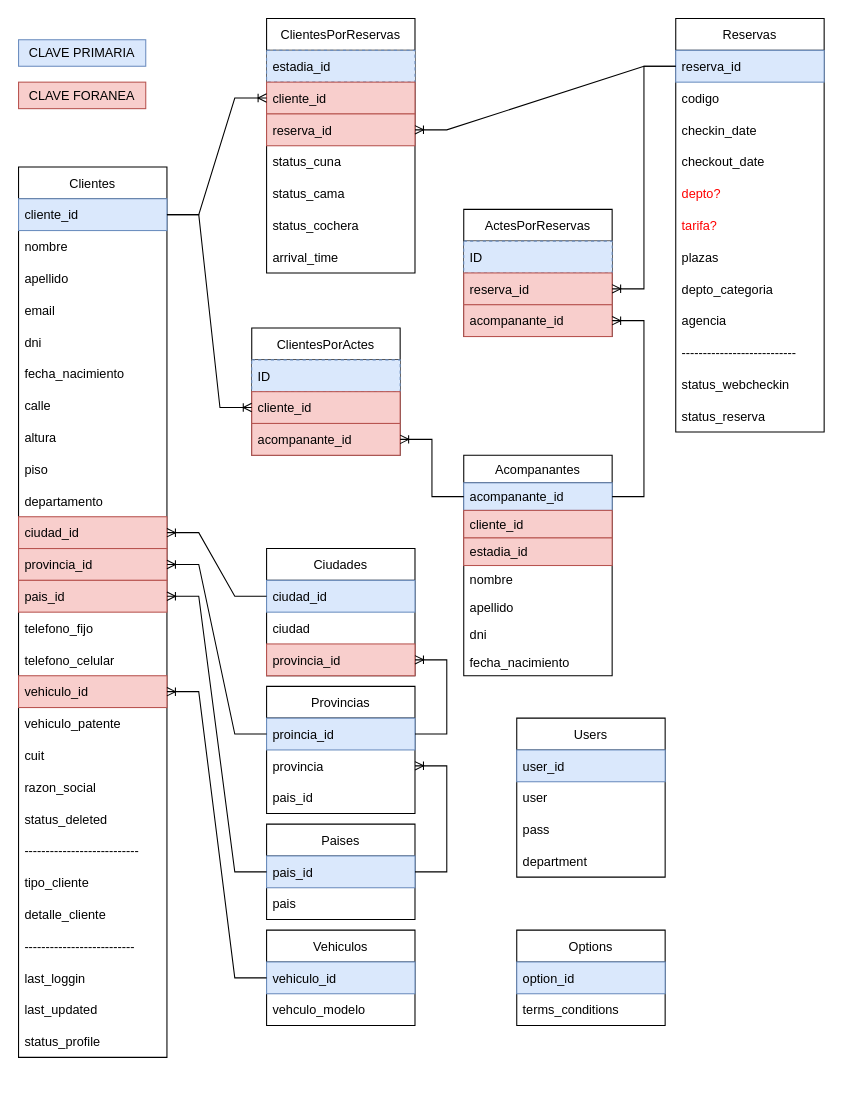
The draw.io diagram page "DB" (1 of 5) of web-checkin/hotel-web-checkin.drawio in danielo101/db-diagrams, before the edit. Source tidied: cells renumbered, new cells numbered last; positions are measured from the earlier drawing's top-left corner, leaving out a move shared by most shapes. Both pictures are drawn from the tidied source at 106%, with x=0, y=0 at pixel (18, 18).
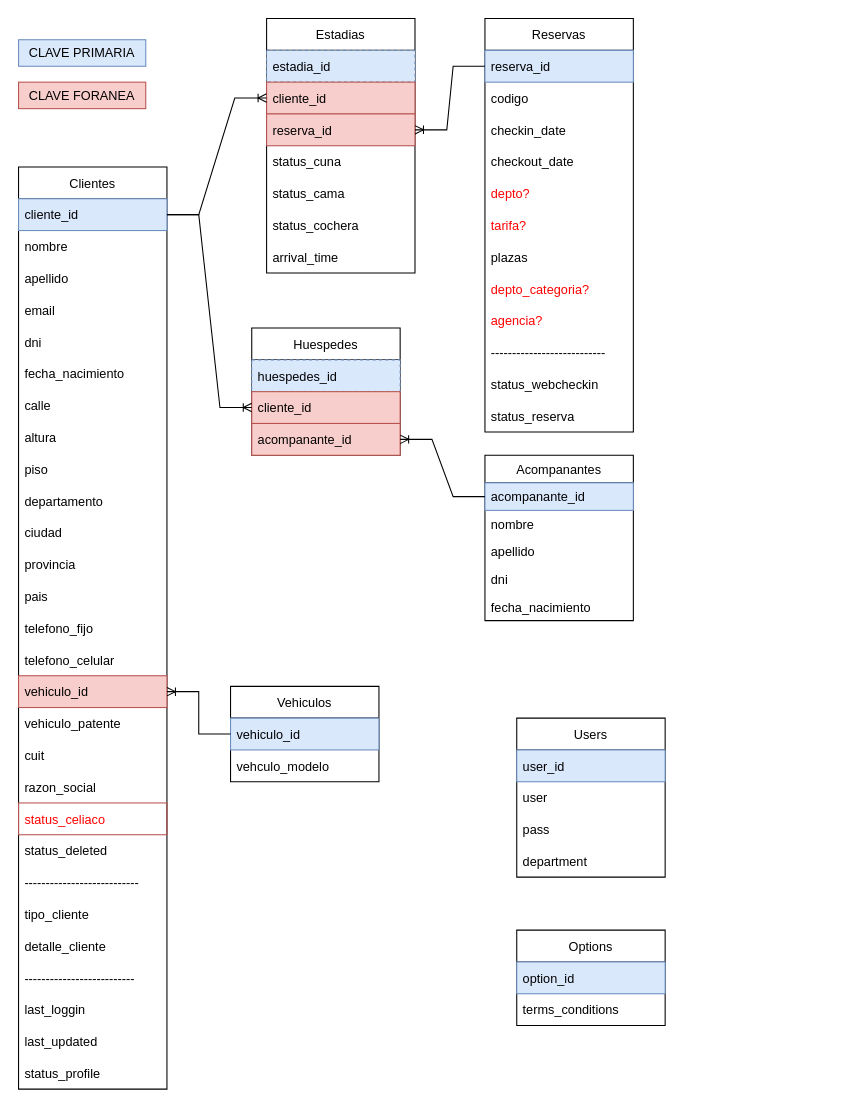
After the change.

Unchanged cells that the change refers to:
```xml
<mxCell id="8" value="reserva_id" style="text;strokeColor=#6c8ebf;fillColor=#dae8fc;align=left;verticalAlign=middle;spacingLeft=4;spacingRight=4;overflow=hidden;points=[[0,0.5],[1,0.5]];portConstraint=eastwest;" parent="7" vertex="1">
  <mxGeometry y="30" width="140" height="30" as="geometry" />
</mxCell>
<mxCell id="83" value="acompanante_id" style="text;strokeColor=#6c8ebf;fillColor=#dae8fc;align=left;verticalAlign=top;spacingLeft=4;spacingRight=4;overflow=hidden;points=[[0,0.5],[1,0.5]];portConstraint=eastwest;" parent="82" vertex="1">
  <mxGeometry y="26" width="140" height="26" as="geometry" />
</mxCell>
```

Diff of the diagram source:
```diff
@@
     <mxCell id="7" value="Reservas" style="swimlane;fontStyle=0;horizontal=1;startSize=30;" parent="1" vertex="1">
-      <mxGeometry x="620" width="140" height="390" as="geometry" />
+      <mxGeometry x="440" width="140" height="390" as="geometry" />
     </mxCell>
@@
-    <mxCell id="15" value="depto_categoria" style="text;strokeColor=none;fillColor=none;align=left;verticalAlign=middle;spacingLeft=4;spacingRight=4;overflow=hidden;" parent="7" vertex="1">
+    <mxCell id="15" value="depto_categoria?" style="text;strokeColor=none;fillColor=none;align=left;verticalAlign=middle;spacingLeft=4;spacingRight=4;overflow=hidden;fontColor=#FF0000;" parent="7" vertex="1">
       <mxGeometry y="240" width="140" height="30" as="geometry" />
     </mxCell>
-    <mxCell id="16" value="agencia" style="text;strokeColor=none;fillColor=none;align=left;verticalAlign=middle;spacingLeft=4;spacingRight=4;overflow=hidden;" parent="7" vertex="1">
+    <mxCell id="16" value="agencia?" style="text;strokeColor=none;fillColor=none;align=left;verticalAlign=middle;spacingLeft=4;spacingRight=4;overflow=hidden;fontColor=#FF0000;" parent="7" vertex="1">
       <mxGeometry y="270" width="140" height="30" as="geometry" />
     </mxCell>
@@
     <mxCell id="20" value="Clientes" style="swimlane;fontStyle=0;horizontal=1;startSize=30;" parent="1" vertex="1">
-      <mxGeometry y="140" width="140" height="840" as="geometry" />
+      <mxGeometry y="140" width="140" height="870" as="geometry" />
     </mxCell>
@@
-    <mxCell id="31" value="ciudad_id" style="text;strokeColor=#b85450;fillColor=#f8cecc;align=left;verticalAlign=middle;spacingLeft=4;spacingRight=4;overflow=hidden;points=[[0,0.5],[1,0.5]];portConstraint=eastwest;" parent="20" vertex="1">
+    <mxCell id="31" value="ciudad" style="text;strokeColor=none;fillColor=none;align=left;verticalAlign=middle;spacingLeft=4;spacingRight=4;overflow=hidden;points=[[0,0.5],[1,0.5]];portConstraint=eastwest;" parent="20" vertex="1">
       <mxGeometry y="330" width="140" height="30" as="geometry" />
     </mxCell>
-    <mxCell id="32" value="provincia_id" style="text;strokeColor=#b85450;fillColor=#f8cecc;align=left;verticalAlign=middle;spacingLeft=4;spacingRight=4;overflow=hidden;points=[[0,0.5],[1,0.5]];portConstraint=eastwest;" parent="20" vertex="1">
+    <mxCell id="32" value="provincia" style="text;strokeColor=none;fillColor=none;align=left;verticalAlign=middle;spacingLeft=4;spacingRight=4;overflow=hidden;points=[[0,0.5],[1,0.5]];portConstraint=eastwest;" parent="20" vertex="1">
       <mxGeometry y="360" width="140" height="30" as="geometry" />
     </mxCell>
-    <mxCell id="33" value="pais_id" style="text;strokeColor=#b85450;fillColor=#f8cecc;align=left;verticalAlign=middle;spacingLeft=4;spacingRight=4;overflow=hidden;points=[[0,0.5],[1,0.5]];portConstraint=eastwest;" parent="20" vertex="1">
+    <mxCell id="33" value="pais" style="text;strokeColor=none;fillColor=none;align=left;verticalAlign=middle;spacingLeft=4;spacingRight=4;overflow=hidden;points=[[0,0.5],[1,0.5]];portConstraint=eastwest;" parent="20" vertex="1">
       <mxGeometry y="390" width="140" height="30" as="geometry" />
     </mxCell>
@@
+    <mxCell id="103" value="status_celiaco" style="text;strokeColor=#b85450;fillColor=none;align=left;verticalAlign=middle;spacingLeft=4;spacingRight=4;overflow=hidden;fontColor=#FF0000;" parent="20" vertex="1">
+      <mxGeometry y="600" width="140" height="30" as="geometry" />
+    </mxCell>
     <mxCell id="40" value="status_deleted" style="text;strokeColor=none;fillColor=none;align=left;verticalAlign=middle;spacingLeft=4;spacingRight=4;overflow=hidden;fontColor=#000000;" parent="20" vertex="1">
-      <mxGeometry y="600" width="140" height="30" as="geometry" />
+      <mxGeometry y="630" width="140" height="30" as="geometry" />
     </mxCell>
     <mxCell id="41" value="---------------------------" style="text;strokeColor=none;fillColor=none;align=left;verticalAlign=middle;spacingLeft=4;spacingRight=4;overflow=hidden;fontColor=#000000;" parent="20" vertex="1">
-      <mxGeometry y="630" width="140" height="30" as="geometry" />
+      <mxGeometry y="660" width="140" height="30" as="geometry" />
     </mxCell>
     <mxCell id="42" value="tipo_cliente" style="text;strokeColor=none;fillColor=none;align=left;verticalAlign=middle;spacingLeft=4;spacingRight=4;overflow=hidden;fontColor=#000000;" parent="20" vertex="1">
-      <mxGeometry y="660" width="140" height="30" as="geometry" />
+      <mxGeometry y="690" width="140" height="30" as="geometry" />
     </mxCell>
     <mxCell id="43" value="detalle_cliente" style="text;strokeColor=none;fillColor=none;align=left;verticalAlign=middle;spacingLeft=4;spacingRight=4;overflow=hidden;fontColor=#000000;" parent="20" vertex="1">
-      <mxGeometry y="690" width="140" height="30" as="geometry" />
+      <mxGeometry y="720" width="140" height="30" as="geometry" />
     </mxCell>
     <mxCell id="44" value="--------------------------" style="text;strokeColor=none;fillColor=none;align=left;verticalAlign=middle;spacingLeft=4;spacingRight=4;overflow=hidden;fontColor=#000000;" parent="20" vertex="1">
-      <mxGeometry y="720" width="140" height="30" as="geometry" />
+      <mxGeometry y="750" width="140" height="30" as="geometry" />
     </mxCell>
     <mxCell id="45" value="last_loggin" style="text;strokeColor=none;fillColor=none;align=left;verticalAlign=middle;spacingLeft=4;spacingRight=4;overflow=hidden;fontColor=#000000;" parent="20" vertex="1">
-      <mxGeometry y="750" width="140" height="30" as="geometry" />
+      <mxGeometry y="780" width="140" height="30" as="geometry" />
     </mxCell>
     <mxCell id="46" value="last_updated" style="text;strokeColor=none;fillColor=none;align=left;verticalAlign=middle;spacingLeft=4;spacingRight=4;overflow=hidden;fontColor=#000000;" parent="20" vertex="1">
-      <mxGeometry y="780" width="140" height="30" as="geometry" />
+      <mxGeometry y="810" width="140" height="30" as="geometry" />
     </mxCell>
     <mxCell id="47" value="status_profile" style="text;strokeColor=none;fillColor=none;align=left;verticalAlign=middle;spacingLeft=4;spacingRight=4;overflow=hidden;fontColor=#000000;" parent="20" vertex="1">
-      <mxGeometry y="810" width="140" height="30" as="geometry" />
+      <mxGeometry y="840" width="140" height="30" as="geometry" />
     </mxCell>
-    <mxCell id="48" value="ClientesPorReservas" style="swimlane;fontStyle=0;horizontal=1;startSize=30;" parent="1" vertex="1">
+    <mxCell id="48" value="Estadias" style="swimlane;fontStyle=0;horizontal=1;startSize=30;" parent="1" vertex="1">
       <mxGeometry x="234" width="140" height="240" as="geometry" />
     </mxCell>
@@
     <mxCell id="58" value="Vehiculos" style="swimlane;fontStyle=0;horizontal=1;startSize=30;labelBorderColor=none;fontColor=#000000;strokeColor=default;fillColor=none;" parent="1" vertex="1">
-      <mxGeometry x="234" y="860" width="140" height="90" as="geometry" />
+      <mxGeometry x="200" y="630" width="140" height="90" as="geometry" />
     </mxCell>
@@
-    <mxCell id="61" value="Paises" style="swimlane;fontStyle=0;horizontal=1;startSize=30;labelBorderColor=none;fontColor=#000000;strokeColor=default;fillColor=none;" parent="1" vertex="1">
-      <mxGeometry x="234" y="760" width="140" height="90" as="geometry" />
-    </mxCell>
-    <mxCell id="62" value="pais_id    " style="text;strokeColor=#6c8ebf;fillColor=#dae8fc;align=left;verticalAlign=middle;spacingLeft=4;spacingRight=4;overflow=hidden;points=[[0,0.5],[1,0.5]];portConstraint=eastwest;labelBorderColor=none;" parent="61" vertex="1">
-      <mxGeometry y="30" width="140" height="30" as="geometry" />
-    </mxCell>
-    <mxCell id="63" value="pais" style="text;strokeColor=none;fillColor=none;align=left;verticalAlign=middle;spacingLeft=4;spacingRight=4;overflow=hidden;labelBorderColor=none;fontColor=#000000;" parent="61" vertex="1">
-      <mxGeometry y="60" width="140" height="30" as="geometry" />
-    </mxCell>
-    <mxCell id="64" value="Provincias" style="swimlane;fontStyle=0;horizontal=1;startSize=30;labelBorderColor=none;fontColor=#000000;strokeColor=default;fillColor=none;" parent="1" vertex="1">
-      <mxGeometry x="234" y="630" width="140" height="120" as="geometry" />
-    </mxCell>
-    <mxCell id="65" value="proincia_id" style="text;strokeColor=#6c8ebf;fillColor=#dae8fc;align=left;verticalAlign=middle;spacingLeft=4;spacingRight=4;overflow=hidden;points=[[0,0.5],[1,0.5]];portConstraint=eastwest;labelBorderColor=none;" parent="64" vertex="1">
-      <mxGeometry y="30" width="140" height="30" as="geometry" />
-    </mxCell>
-    <mxCell id="66" value="provincia" style="text;strokeColor=none;fillColor=none;align=left;verticalAlign=middle;spacingLeft=4;spacingRight=4;overflow=hidden;points=[[0,0.5],[1,0.5]];portConstraint=eastwest;labelBorderColor=none;fontColor=#000000;" parent="64" vertex="1">
-      <mxGeometry y="60" width="140" height="30" as="geometry" />
-    </mxCell>
-    <mxCell id="67" value="pais_id" style="text;strokeColor=none;fillColor=none;align=left;verticalAlign=middle;spacingLeft=4;spacingRight=4;overflow=hidden;labelBorderColor=none;fontColor=#000000;" parent="64" vertex="1">
-      <mxGeometry y="90" width="140" height="30" as="geometry" />
-    </mxCell>
-    <mxCell id="68" value="Ciudades" style="swimlane;fontStyle=0;horizontal=1;startSize=30;labelBorderColor=none;fontColor=#000000;strokeColor=default;fillColor=none;" parent="1" vertex="1">
-      <mxGeometry x="234" y="500" width="140" height="120" as="geometry" />
-    </mxCell>
-    <mxCell id="69" value="ciudad_id" style="text;strokeColor=#6c8ebf;fillColor=#dae8fc;align=left;verticalAlign=middle;spacingLeft=4;spacingRight=4;overflow=hidden;points=[[0,0.5],[1,0.5]];portConstraint=eastwest;labelBorderColor=none;" parent="68" vertex="1">
-      <mxGeometry y="30" width="140" height="30" as="geometry" />
-    </mxCell>
-    <mxCell id="70" value="ciudad" style="text;strokeColor=none;fillColor=none;align=left;verticalAlign=middle;spacingLeft=4;spacingRight=4;overflow=hidden;labelBorderColor=none;fontColor=#000000;" parent="68" vertex="1">
-      <mxGeometry y="60" width="140" height="30" as="geometry" />
-    </mxCell>
-    <mxCell id="71" value="provincia_id" style="text;strokeColor=#b85450;fillColor=#f8cecc;align=left;verticalAlign=middle;spacingLeft=4;spacingRight=4;overflow=hidden;points=[[0,0.5],[1,0.5]];portConstraint=eastwest;labelBorderColor=none;" parent="68" vertex="1">
-      <mxGeometry y="90" width="140" height="30" as="geometry" />
-    </mxCell>
@@
-    <mxCell id="73" style="edgeStyle=entityRelationEdgeStyle;fontSize=12;html=1;endArrow=ERoneToMany;rounded=0;fontColor=#000000;" parent="1" edge="1" source="69" target="31">
-      <mxGeometry relative="1" as="geometry" />
-    </mxCell>
-    <mxCell id="74" style="edgeStyle=entityRelationEdgeStyle;fontSize=12;html=1;endArrow=ERoneToMany;rounded=0;fontColor=#000000;" parent="1" edge="1" source="65" target="32">
-      <mxGeometry relative="1" as="geometry" />
-    </mxCell>
-    <mxCell id="75" style="edgeStyle=entityRelationEdgeStyle;fontSize=12;html=1;endArrow=ERoneToMany;rounded=0;fontColor=#000000;" parent="1" edge="1" source="62" target="33">
-      <mxGeometry relative="1" as="geometry" />
-    </mxCell>
-    <mxCell id="76" style="edgeStyle=entityRelationEdgeStyle;fontSize=12;html=1;endArrow=ERoneToMany;rounded=0;fontColor=#000000;" parent="1" edge="1" source="65" target="71">
-      <mxGeometry relative="1" as="geometry" />
-    </mxCell>
@@
     <mxCell id="82" value="Acompanantes" style="swimlane;fontStyle=0;horizontal=1;startSize=26;fillColor=none;" parent="1" vertex="1">
-      <mxGeometry x="420" y="412" width="140" height="208" as="geometry" />
+      <mxGeometry x="440" y="412" width="140" height="156" as="geometry" />
     </mxCell>
@@
-    <mxCell id="84" value="cliente_id" style="text;strokeColor=#b85450;fillColor=#f8cecc;align=left;verticalAlign=top;spacingLeft=4;spacingRight=4;overflow=hidden;" parent="82" vertex="1">
-      <mxGeometry y="52" width="140" height="26" as="geometry" />
-    </mxCell>
-    <mxCell id="85" value="estadia_id" style="text;strokeColor=#b85450;fillColor=#f8cecc;align=left;verticalAlign=top;spacingLeft=4;spacingRight=4;overflow=hidden;" parent="82" vertex="1">
-      <mxGeometry y="78" width="140" height="26" as="geometry" />
-    </mxCell>
     <mxCell id="86" value="nombre" style="text;strokeColor=none;fillColor=none;align=left;verticalAlign=top;spacingLeft=4;spacingRight=4;overflow=hidden;" parent="82" vertex="1">
-      <mxGeometry y="104" width="140" height="26" as="geometry" />
+      <mxGeometry y="52" width="140" height="26" as="geometry" />
     </mxCell>
     <mxCell id="87" value="apellido" style="text;strokeColor=none;fillColor=none;align=left;verticalAlign=top;spacingLeft=4;spacingRight=4;overflow=hidden;" parent="82" vertex="1">
-      <mxGeometry y="130" width="140" height="26" as="geometry" />
+      <mxGeometry y="78" width="140" height="26" as="geometry" />
     </mxCell>
     <mxCell id="88" value="dni" style="text;strokeColor=none;fillColor=none;align=left;verticalAlign=top;spacingLeft=4;spacingRight=4;overflow=hidden;" parent="82" vertex="1">
-      <mxGeometry y="156" width="140" height="26" as="geometry" />
+      <mxGeometry y="104" width="140" height="26" as="geometry" />
     </mxCell>
     <mxCell id="89" value="fecha_nacimiento" style="text;strokeColor=none;fillColor=none;align=left;verticalAlign=top;spacingLeft=4;spacingRight=4;overflow=hidden;" parent="82" vertex="1">
-      <mxGeometry y="182" width="140" height="26" as="geometry" />
+      <mxGeometry y="130" width="140" height="26" as="geometry" />
     </mxCell>
-    <mxCell id="90" style="edgeStyle=entityRelationEdgeStyle;fontSize=12;html=1;endArrow=ERoneToMany;rounded=0;fontColor=#000000;exitX=1;exitY=0.5;exitDx=0;exitDy=0;" parent="1" edge="1" source="62" target="66">
-      <mxGeometry relative="1" as="geometry" />
-    </mxCell>
-    <mxCell id="91" value="ActesPorReservas" style="swimlane;fontStyle=0;horizontal=1;startSize=30;" parent="1" vertex="1">
-      <mxGeometry x="420" y="180" width="140" height="120" as="geometry" />
-    </mxCell>
-    <mxCell id="92" value="ID" style="text;strokeColor=#6c8ebf;fillColor=#dae8fc;align=left;verticalAlign=middle;spacingLeft=4;spacingRight=4;overflow=hidden;dashed=1;labelBorderColor=none;" parent="91" vertex="1">
-      <mxGeometry y="30" width="140" height="30" as="geometry" />
-    </mxCell>
-    <mxCell id="93" value="reserva_id" style="text;strokeColor=#b85450;fillColor=#f8cecc;align=left;verticalAlign=middle;spacingLeft=4;spacingRight=4;overflow=hidden;points=[[0,0.5],[1,0.5]];portConstraint=eastwest;" parent="91" vertex="1">
-      <mxGeometry y="60" width="140" height="30" as="geometry" />
-    </mxCell>
-    <mxCell id="94" value="acompanante_id" style="text;strokeColor=#b85450;fillColor=#f8cecc;align=left;verticalAlign=middle;spacingLeft=4;spacingRight=4;overflow=hidden;points=[[0,0.5],[1,0.5]];portConstraint=eastwest;" parent="91" vertex="1">
-      <mxGeometry y="90" width="140" height="30" as="geometry" />
-    </mxCell>
-    <mxCell id="95" style="edgeStyle=entityRelationEdgeStyle;fontSize=12;html=1;endArrow=ERoneToMany;rounded=0;" parent="1" edge="1" source="83" target="94">
-      <mxGeometry relative="1" as="geometry" />
-    </mxCell>
-    <mxCell id="96" style="edgeStyle=entityRelationEdgeStyle;fontSize=12;html=1;endArrow=ERoneToMany;rounded=0;" parent="1" edge="1" source="8" target="93">
-      <mxGeometry relative="1" as="geometry" />
-    </mxCell>
-    <mxCell id="97" value="ClientesPorActes" style="swimlane;fontStyle=0;horizontal=1;startSize=30;" parent="1" vertex="1">
+    <mxCell id="97" value="Huespedes" style="swimlane;fontStyle=0;horizontal=1;startSize=30;" parent="1" vertex="1">
       <mxGeometry x="220" y="292" width="140" height="120" as="geometry" />
     </mxCell>
-    <mxCell id="98" value="ID" style="text;strokeColor=#6c8ebf;fillColor=#dae8fc;align=left;verticalAlign=middle;spacingLeft=4;spacingRight=4;overflow=hidden;dashed=1;labelBorderColor=none;" parent="97" vertex="1">
+    <mxCell id="98" value="huespedes_id" style="text;strokeColor=#6c8ebf;fillColor=#dae8fc;align=left;verticalAlign=middle;spacingLeft=4;spacingRight=4;overflow=hidden;dashed=1;labelBorderColor=none;" parent="97" vertex="1">
       <mxGeometry y="30" width="140" height="30" as="geometry" />
     </mxCell>
```
